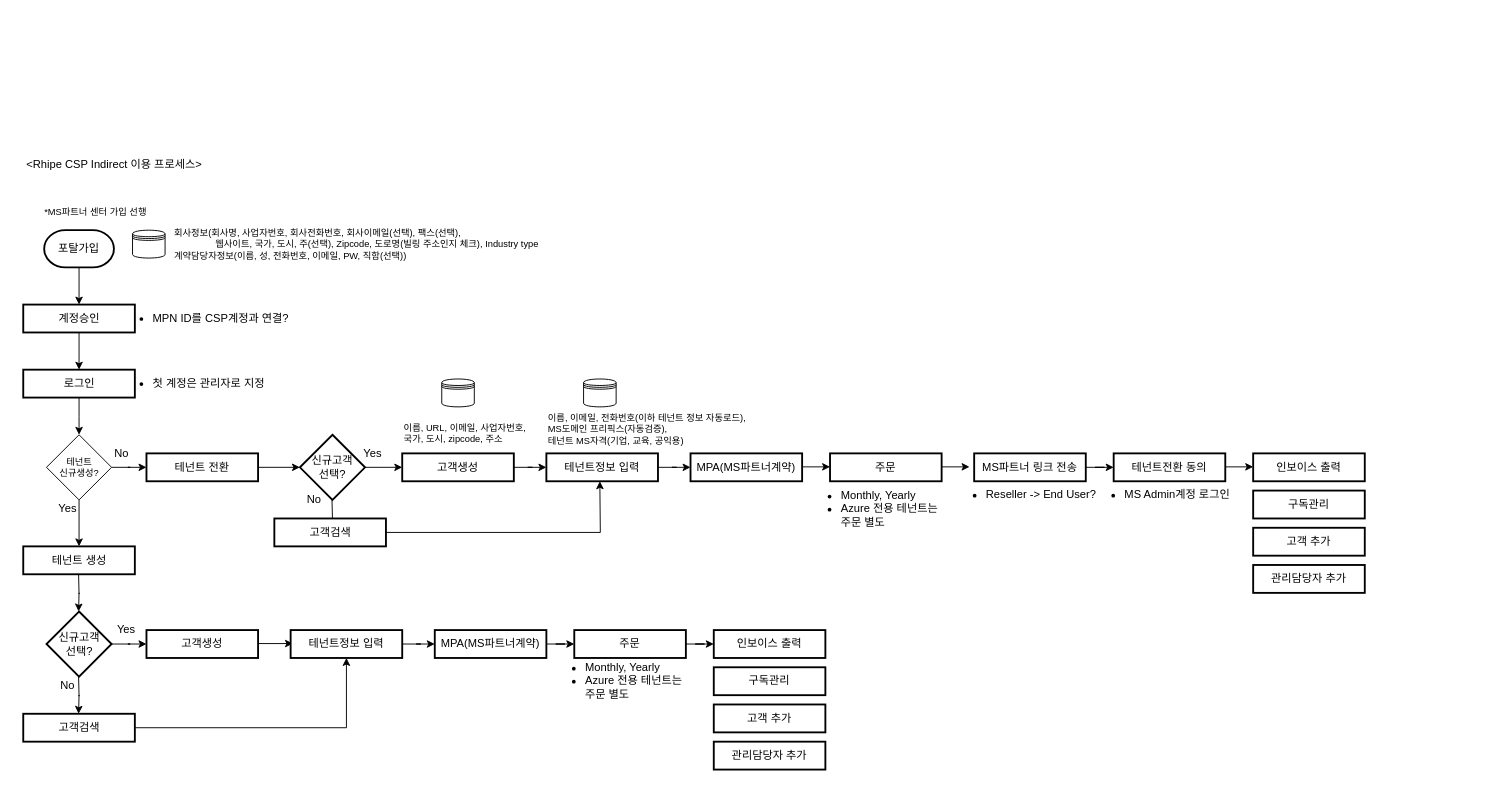
The draw.io diagram Rhipe Flow.drawio in Lucidhomme/TIL, before the edit. Source tidied: cells renumbered, new cells numbered last; positions are measured from the earlier drawing's top-left corner, leaving out a move shared by most shapes. Both pictures are drawn from the tidied source at 93%, with x=0, y=0 at pixel (16, 155).
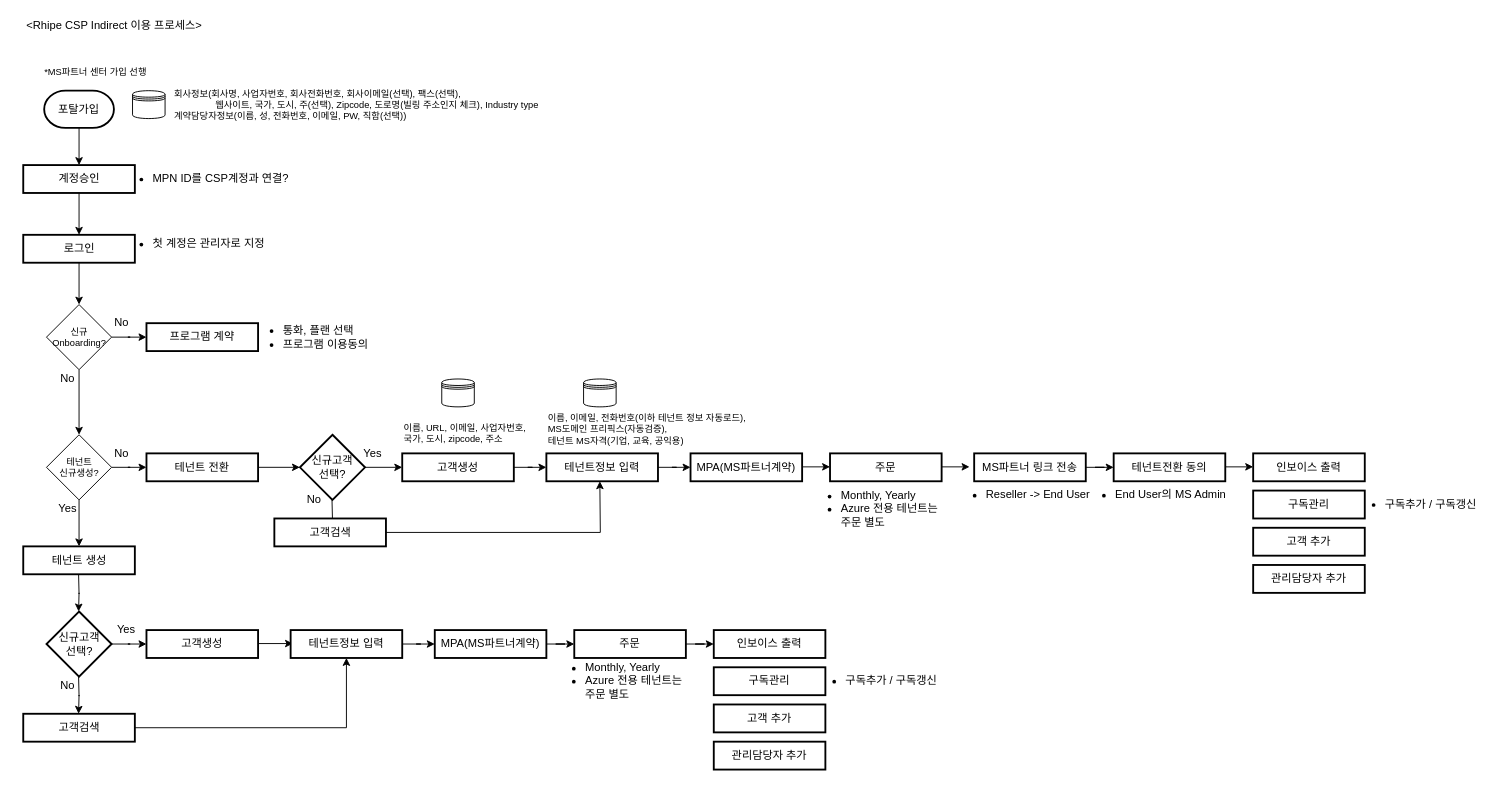
Above is the later version.

Unchanged cells that the change refers to:
```xml
<mxCell id="40" value="테넌트&lt;br&gt;신규생성?" style="rhombus;whiteSpace=wrap;html=1;fontSize=10;align=center;" parent="1" vertex="1">
  <mxGeometry x="32.5" y="300" width="70" height="70" as="geometry" />
</mxCell>
```

What changed in the source:
```diff
@@
     <mxCell id="2" value="&amp;lt;Rhipe CSP Indirect 이용 프로세스&amp;gt;" style="text;html=1;align=center;verticalAlign=middle;fillColor=none;strokeColor=none;rounded=0;" parent="1" vertex="1">
-      <mxGeometry width="210" height="20" as="geometry" />
+      <mxGeometry y="-150" width="210" height="20" as="geometry" />
     </mxCell>
@@
     <mxCell id="4" value="포탈가입" style="strokeWidth=2;html=1;shape=mxgraph.flowchart.terminator;whiteSpace=wrap;" parent="1" vertex="1">
-      <mxGeometry x="30" y="80" width="75" height="40" as="geometry" />
+      <mxGeometry x="30" y="-70" width="75" height="40" as="geometry" />
     </mxCell>
     <mxCell id="5" value="회사정보(회사명, 사업자번호, 회사전화번호, 회사이메일(선택), 팩스(선택),&lt;br style=&quot;font-size: 10px&quot;&gt;&amp;nbsp; &amp;nbsp; &amp;nbsp; &amp;nbsp; &amp;nbsp; &amp;nbsp; &amp;nbsp; &amp;nbsp; 웹사이트, 국가, 도시, 주(선택), Zipcode, 도로명(빌링 주소인지 체크), Industry type&lt;br style=&quot;font-size: 10px&quot;&gt;&lt;div style=&quot;font-size: 10px&quot;&gt;&lt;span style=&quot;font-size: 10px&quot;&gt;계약담당자정보(이름, 성, 전화번호, 이메일, PW, 직함(선택))&lt;/span&gt;&lt;/div&gt;" style="text;html=1;align=left;verticalAlign=middle;fillColor=none;strokeColor=none;rounded=0;fontSize=10;" parent="1" vertex="1">
-      <mxGeometry x="167.5" y="75" width="430" height="40" as="geometry" />
+      <mxGeometry x="167.5" y="-75" width="430" height="40" as="geometry" />
     </mxCell>
@@
     <mxCell id="7" value="계정승인" style="whiteSpace=wrap;html=1;strokeWidth=2;" parent="1" vertex="1">
-      <mxGeometry x="7.5" y="160" width="120" height="30" as="geometry" />
+      <mxGeometry x="7.5" y="10" width="120" height="30" as="geometry" />
     </mxCell>
-    <mxCell id="8" style="edgeStyle=orthogonalEdgeStyle;rounded=0;jettySize=auto;html=1;" parent="1" edge="1" source="9">
-      <mxGeometry relative="1" as="geometry">
-        <mxPoint x="67.5" y="300" as="targetPoint" />
-      </mxGeometry>
-    </mxCell>
+    <mxCell id="73" style="edgeStyle=orthogonalEdgeStyle;rounded=0;jettySize=auto;html=1;" parent="1" edge="1" source="9" target="78">
+      <mxGeometry relative="1" as="geometry" />
+    </mxCell>
     <mxCell id="9" value="로그인" style="whiteSpace=wrap;html=1;strokeWidth=2;" parent="1" vertex="1">
-      <mxGeometry x="7.5" y="230" width="120" height="30" as="geometry" />
+      <mxGeometry x="7.5" y="85" width="120" height="30" as="geometry" />
     </mxCell>
     <mxCell id="10" value="&lt;ul&gt;&lt;li&gt;MPN ID를 CSP계정과 연결?&lt;/li&gt;&lt;/ul&gt;" style="text;html=1;align=left;verticalAlign=middle;fillColor=none;strokeColor=none;rounded=0;" parent="1" vertex="1">
-      <mxGeometry x="105" y="155" width="210" height="40" as="geometry" />
+      <mxGeometry x="105" y="5" width="210" height="40" as="geometry" />
     </mxCell>
     <mxCell id="11" value="&lt;ul&gt;&lt;li&gt;첫 계정은 관리자로 지정&lt;/li&gt;&lt;/ul&gt;" style="text;html=1;align=left;verticalAlign=middle;fillColor=none;strokeColor=none;rounded=0;" parent="1" vertex="1">
-      <mxGeometry x="105" y="225" width="190" height="40" as="geometry" />
+      <mxGeometry x="105" y="75" width="190" height="40" as="geometry" />
     </mxCell>
@@
     <mxCell id="35" value="*MS파트너 센터 가입 선행" style="text;html=1;align=center;verticalAlign=middle;fillColor=none;strokeColor=none;rounded=0;fontSize=10;" parent="1" vertex="1">
-      <mxGeometry x="20" y="50" width="130" height="20" as="geometry" />
+      <mxGeometry x="20" y="-100" width="130" height="20" as="geometry" />
     </mxCell>
@@
     <mxCell id="57" style="shape=datastore;whiteSpace=wrap;html=1;" parent="1" vertex="1">
-      <mxGeometry x="125" y="80" width="35" height="30" as="geometry" />
+      <mxGeometry x="125" y="-70" width="35" height="30" as="geometry" />
     </mxCell>
@@
-    <mxCell id="61" value="&lt;ul&gt;&lt;li&gt;MS Admin계정 로그인&lt;/li&gt;&lt;/ul&gt;" style="text;html=1;align=left;verticalAlign=middle;fillColor=none;strokeColor=none;rounded=0;" parent="1" vertex="1">
-      <mxGeometry x="1150" y="345" width="170" height="40" as="geometry" />
+    <mxCell id="61" value="&lt;ul&gt;&lt;li&gt;End User의 MS Admin&lt;/li&gt;&lt;/ul&gt;" style="text;html=1;align=left;verticalAlign=middle;fillColor=none;strokeColor=none;rounded=0;" parent="1" vertex="1">
+      <mxGeometry x="1140" y="345" width="180" height="40" as="geometry" />
     </mxCell>
@@
-    <mxCell id="65" value="&lt;ul&gt;&lt;li&gt;Reseller -&amp;gt; End User?&lt;/li&gt;&lt;/ul&gt;" style="text;html=1;align=left;verticalAlign=middle;fillColor=none;strokeColor=none;rounded=0;" parent="1" vertex="1">
+    <mxCell id="65" value="&lt;ul&gt;&lt;li&gt;Reseller -&amp;gt; End User&lt;/li&gt;&lt;/ul&gt;" style="text;html=1;align=left;verticalAlign=middle;fillColor=none;strokeColor=none;rounded=0;" parent="1" vertex="1">
       <mxGeometry x="1001" y="345" width="170" height="40" as="geometry" />
     </mxCell>
@@
+    <mxCell id="74" value="&lt;ul&gt;&lt;li&gt;구독추가 / 구독갱신&lt;/li&gt;&lt;/ul&gt;" style="text;html=1;align=left;verticalAlign=middle;fillColor=none;strokeColor=none;rounded=0;" parent="1" vertex="1">
+      <mxGeometry x="850" y="545" width="160" height="40" as="geometry" />
+    </mxCell>
+    <mxCell id="75" value="&lt;ul&gt;&lt;li&gt;구독추가 / 구독갱신&lt;/li&gt;&lt;/ul&gt;" style="text;html=1;align=left;verticalAlign=middle;fillColor=none;strokeColor=none;rounded=0;" parent="1" vertex="1">
+      <mxGeometry x="1430" y="355" width="160" height="40" as="geometry" />
+    </mxCell>
+    <mxCell id="76" style="edgeStyle=orthogonalEdgeStyle;rounded=0;jettySize=auto;html=1;entryX=0.5;entryY=0;entryDx=0;entryDy=0;" parent="1" edge="1" source="78" target="40">
+      <mxGeometry relative="1" as="geometry" />
+    </mxCell>
+    <mxCell id="77" style="edgeStyle=orthogonalEdgeStyle;rounded=0;jettySize=auto;html=1;" parent="1" edge="1" source="78" target="79">
+      <mxGeometry relative="1" as="geometry" />
+    </mxCell>
+    <mxCell id="78" value="신규 Onboarding?" style="rhombus;whiteSpace=wrap;html=1;fontSize=10;align=center;" parent="1" vertex="1">
+      <mxGeometry x="32.5" y="160" width="70" height="70" as="geometry" />
+    </mxCell>
+    <mxCell id="79" value="프로그램 계약" style="whiteSpace=wrap;html=1;strokeWidth=2;" parent="1" vertex="1">
+      <mxGeometry x="140" y="180" width="120" height="30" as="geometry" />
+    </mxCell>
+    <mxCell id="80" value="No" style="text;html=1;align=center;verticalAlign=middle;fillColor=none;strokeColor=none;rounded=0;" parent="1" vertex="1">
+      <mxGeometry x="40" y="230" width="30" height="20" as="geometry" />
+    </mxCell>
+    <mxCell id="81" value="No" style="text;html=1;align=center;verticalAlign=middle;fillColor=none;strokeColor=none;rounded=0;" parent="1" vertex="1">
+      <mxGeometry x="97.5" y="170" width="30" height="20" as="geometry" />
+    </mxCell>
+    <mxCell id="82" value="&lt;ul&gt;&lt;li&gt;통화, 플랜 선택&lt;/li&gt;&lt;li&gt;프로그램 이용동의&lt;/li&gt;&lt;/ul&gt;" style="text;html=1;align=left;verticalAlign=middle;fillColor=none;strokeColor=none;rounded=0;" parent="1" vertex="1">
+      <mxGeometry x="245" y="165" width="150" height="60" as="geometry" />
+    </mxCell>
```
